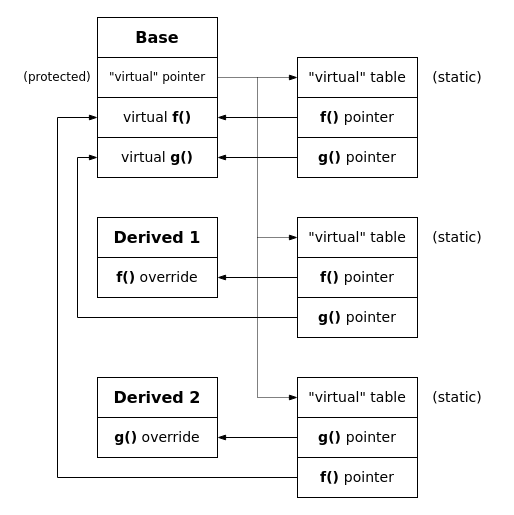
Before: projects/examples/source/03.10.class.polymorphism.vptr.vtbl.drawio in i-s-m-mipt/Education, a draw.io diagram. Source tidied: cells renumbered, new cells numbered last; positions are measured from the earlier drawing's top-left corner, leaving out a move shared by most shapes. Both pictures are drawn from the tidied source at 100%, with x=0, y=0 at pixel (17, 17).
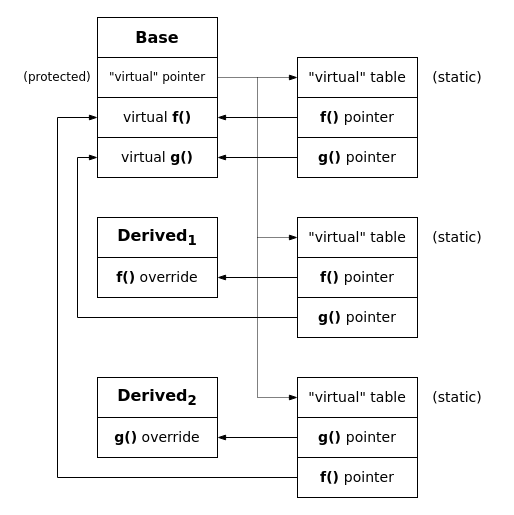
Above is the later version.

Commit message (it also covers changes not shown here):
Доработана схема 03.10.

The edit, as a diff of the source:
```diff
@@
-    <mxCell id="6" value="&lt;b&gt;&lt;font face=&quot;Verdana&quot; style=&quot;font-size: 16px;&quot;&gt;Derived 1&lt;/font&gt;&lt;/b&gt;" style="rounded=0;whiteSpace=wrap;html=1;" parent="1" vertex="1">
+    <mxCell id="6" value="&lt;b&gt;&lt;font face=&quot;Verdana&quot; style=&quot;font-size: 16px;&quot;&gt;Derived&lt;sub&gt;1&lt;/sub&gt;&lt;/font&gt;&lt;/b&gt;" style="rounded=0;whiteSpace=wrap;html=1;" parent="1" vertex="1">
       <mxGeometry x="80" y="200" width="120" height="40" as="geometry" />
     </mxCell>
@@
-    <mxCell id="8" value="&lt;b&gt;&lt;font style=&quot;font-size: 16px;&quot; face=&quot;Verdana&quot;&gt;Derived 2&lt;/font&gt;&lt;/b&gt;" style="rounded=0;whiteSpace=wrap;html=1;" parent="1" vertex="1">
+    <mxCell id="8" value="&lt;b&gt;&lt;font style=&quot;font-size: 16px;&quot; face=&quot;Verdana&quot;&gt;Derived&lt;sub&gt;2&lt;/sub&gt;&lt;/font&gt;&lt;/b&gt;" style="rounded=0;whiteSpace=wrap;html=1;" parent="1" vertex="1">
       <mxGeometry x="80" y="360" width="120" height="40" as="geometry" />
     </mxCell>
```
